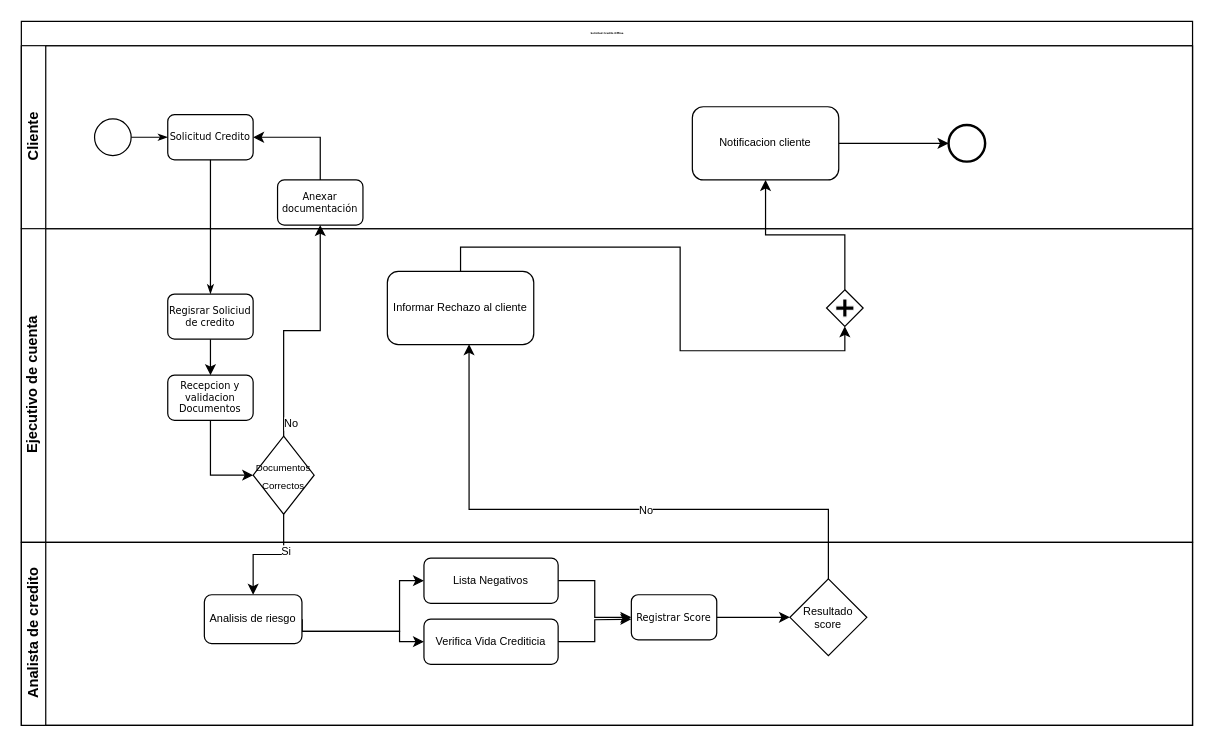
The draw.io diagram Untitled Diagram.drawio in umbrellatec2016/loans, before the edit. Source tidied: cells renumbered, new cells numbered last; positions are measured from the earlier drawing's top-left corner, leaving out a move shared by most shapes. Both pictures are drawn from the tidied source at 122%, with x=0, y=0 at pixel (21, 21).
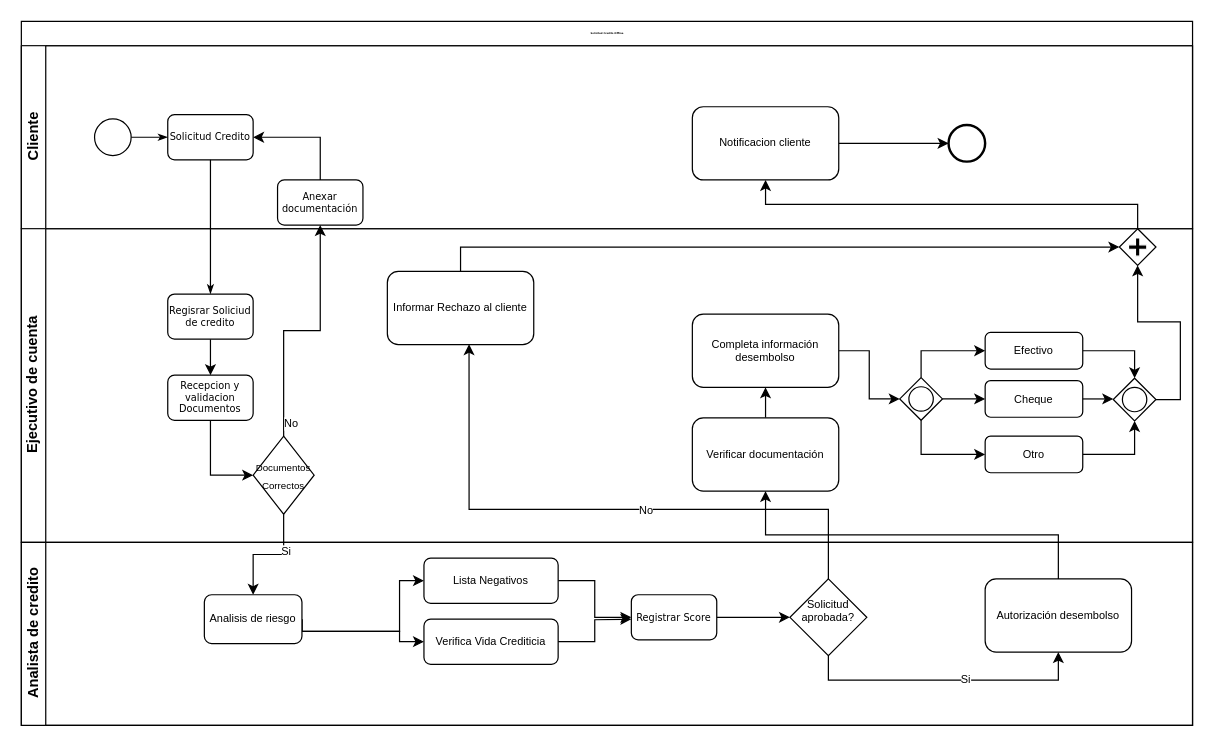
The same diagram, later.

The change refers to these unchanged cells:
```xml
<mxCell id="2" value="&lt;div style=&quot;font-size: 2px;&quot;&gt;Solicitud Credito Offline&lt;/div&gt;" style="swimlane;html=1;horizontal=1;startSize=20;rounded=0;shadow=0;labelBackgroundColor=none;strokeWidth=1;fontFamily=Verdana;fontSize=2;align=center;" parent="1" vertex="1">
  <mxGeometry width="960" height="577" as="geometry" />
</mxCell>
<mxCell id="11" value="Notificacion cliente" style="rounded=1;whiteSpace=wrap;html=1;fontSize=9;" parent="3" vertex="1">
  <mxGeometry x="550" y="50" width="120" height="60" as="geometry" />
</mxCell>
<mxCell id="17" value="Ejecutivo de cuenta" style="swimlane;html=1;startSize=20;horizontal=0;" parent="2" vertex="1">
  <mxGeometry y="170" width="960" height="257" as="geometry" />
</mxCell>
<mxCell id="25" value="Informar Rechazo al cliente" style="rounded=1;whiteSpace=wrap;html=1;fontSize=9;" parent="17" vertex="1">
  <mxGeometry x="300" y="35" width="120" height="60" as="geometry" />
</mxCell>
<mxCell id="26" value="&lt;div&gt;Analista de credito&lt;/div&gt;" style="swimlane;html=1;startSize=20;horizontal=0;" parent="2" vertex="1">
  <mxGeometry y="427" width="960" height="150" as="geometry" />
</mxCell>
```

Change to the diagram source:
```diff
@@
+    <mxCell id="36" style="edgeStyle=orthogonalEdgeStyle;rounded=0;jettySize=auto;html=1;exitX=0.5;exitY=0;exitDx=0;exitDy=0;entryX=0.558;entryY=0.994;entryDx=0;entryDy=0;fontSize=9;entryPerimeter=0;" parent="2" edge="1" source="35" target="25">
+      <mxGeometry relative="1" as="geometry">
+        <Array as="points">
+          <mxPoint x="662" y="400" />
+          <mxPoint x="367" y="400" />
+        </Array>
+      </mxGeometry>
+    </mxCell>
+    <mxCell id="37" value="No" style="edgeLabel;html=1;align=center;verticalAlign=middle;fontSize=9;" parent="36" vertex="1">
+      <mxGeometry x="-0.15" relative="1" as="geometry" />
+    </mxCell>
+    <mxCell id="38" style="edgeStyle=orthogonalEdgeStyle;rounded=0;jettySize=auto;html=1;exitX=0.5;exitY=0;exitDx=0;exitDy=0;entryX=0.5;entryY=1;entryDx=0;entryDy=0;fontSize=9;" parent="2" edge="1" source="18" target="11">
+      <mxGeometry relative="1" as="geometry" />
+    </mxCell>
@@
     <mxCell id="18" style="shape=mxgraph.bpmn.shape;html=1;verticalLabelPosition=bottom;labelBackgroundColor=#ffffff;verticalAlign=top;perimeter=rhombusPerimeter;background=gateway;outline=none;symbol=parallelGw;rounded=1;shadow=0;strokeWidth=1;fontFamily=Verdana;fontSize=8;align=center;" parent="17" vertex="1">
-      <mxGeometry x="660" y="50" width="30" height="30" as="geometry" />
+      <mxGeometry x="900" width="30" height="30" as="geometry" />
     </mxCell>
@@
-    <mxCell id="24" style="edgeStyle=orthogonalEdgeStyle;rounded=0;jettySize=auto;html=1;exitX=0.5;exitY=0;exitDx=0;exitDy=0;entryX=0.5;entryY=1;entryDx=0;entryDy=0;fontSize=9;" parent="17" edge="1" source="25" target="18">
-      <mxGeometry relative="1" as="geometry" />
+    <mxCell id="24" style="edgeStyle=orthogonalEdgeStyle;rounded=0;jettySize=auto;html=1;exitX=0.5;exitY=0;exitDx=0;exitDy=0;entryX=0;entryY=0.5;entryDx=0;entryDy=0;fontSize=9;" parent="17" edge="1" source="25" target="18">
+      <mxGeometry relative="1" as="geometry">
+        <Array as="points">
+          <mxPoint x="360" y="15" />
+          <mxPoint x="890" y="15" />
+        </Array>
+      </mxGeometry>
     </mxCell>
@@
+    <mxCell id="40" style="edgeStyle=orthogonalEdgeStyle;rounded=0;jettySize=auto;html=1;exitX=0.5;exitY=0;exitDx=0;exitDy=0;fontSize=9;" parent="17" edge="1" source="41" target="43">
+      <mxGeometry relative="1" as="geometry" />
+    </mxCell>
+    <mxCell id="41" value="Verificar documentación" style="rounded=1;whiteSpace=wrap;html=1;fontSize=9;" parent="17" vertex="1">
+      <mxGeometry x="550" y="155" width="120" height="60" as="geometry" />
+    </mxCell>
+    <mxCell id="42" style="edgeStyle=orthogonalEdgeStyle;rounded=0;jettySize=auto;html=1;exitX=1;exitY=0.5;exitDx=0;exitDy=0;entryX=0;entryY=0.5;entryDx=0;entryDy=0;fontSize=9;" parent="17" edge="1" source="43" target="50">
+      <mxGeometry relative="1" as="geometry" />
+    </mxCell>
+    <mxCell id="43" value="Completa información desembolso" style="rounded=1;whiteSpace=wrap;html=1;fontSize=9;" parent="17" vertex="1">
+      <mxGeometry x="550" y="70" width="120" height="60" as="geometry" />
+    </mxCell>
+    <mxCell id="44" style="edgeStyle=orthogonalEdgeStyle;rounded=0;jettySize=auto;html=1;exitX=1;exitY=0.5;exitDx=0;exitDy=0;entryX=0.5;entryY=0;entryDx=0;entryDy=0;fontSize=9;" parent="17" edge="1" source="45" target="56">
+      <mxGeometry relative="1" as="geometry" />
+    </mxCell>
+    <mxCell id="45" value="Efectivo" style="rounded=1;whiteSpace=wrap;html=1;fontSize=9;" parent="17" vertex="1">
+      <mxGeometry x="790" y="85" width="80" height="30" as="geometry" />
+    </mxCell>
+    <mxCell id="46" value="Cheque" style="rounded=1;whiteSpace=wrap;html=1;fontSize=9;" parent="17" vertex="1">
+      <mxGeometry x="790" y="124.5" width="80" height="30" as="geometry" />
+    </mxCell>
+    <mxCell id="47" style="edgeStyle=orthogonalEdgeStyle;rounded=0;jettySize=auto;html=1;exitX=1;exitY=0.5;exitDx=0;exitDy=0;entryX=0.5;entryY=1;entryDx=0;entryDy=0;fontSize=9;" parent="17" edge="1" source="48" target="56">
+      <mxGeometry relative="1" as="geometry" />
+    </mxCell>
+    <mxCell id="48" value="Otro" style="rounded=1;whiteSpace=wrap;html=1;fontSize=9;" parent="17" vertex="1">
+      <mxGeometry x="790" y="170" width="80" height="30" as="geometry" />
+    </mxCell>
+    <mxCell id="49" style="group;" parent="17" vertex="1">
+      <mxGeometry x="720" y="122" width="35" height="35" as="geometry" />
+    </mxCell>
+    <mxCell id="50" style="rhombus;whiteSpace=wrap;html=1;fontSize=9;" parent="49" vertex="1">
+      <mxGeometry width="35" height="35" as="geometry" />
+    </mxCell>
+    <mxCell id="51" style="ellipse;whiteSpace=wrap;html=1;fontSize=9;" parent="49" vertex="1">
+      <mxGeometry x="7.5" y="7.5" width="20" height="20" as="geometry" />
+    </mxCell>
+    <mxCell id="52" style="edgeStyle=orthogonalEdgeStyle;rounded=0;jettySize=auto;html=1;exitX=1;exitY=0.5;exitDx=0;exitDy=0;entryX=0;entryY=0.5;entryDx=0;entryDy=0;fontSize=9;" parent="17" edge="1" source="50" target="46">
+      <mxGeometry relative="1" as="geometry" />
+    </mxCell>
+    <mxCell id="53" style="edgeStyle=orthogonalEdgeStyle;rounded=0;jettySize=auto;html=1;exitX=0.5;exitY=0;exitDx=0;exitDy=0;entryX=0;entryY=0.5;entryDx=0;entryDy=0;fontSize=9;" parent="17" edge="1" source="50" target="45">
+      <mxGeometry relative="1" as="geometry" />
+    </mxCell>
+    <mxCell id="54" style="edgeStyle=orthogonalEdgeStyle;rounded=0;jettySize=auto;html=1;exitX=0.5;exitY=1;exitDx=0;exitDy=0;entryX=0;entryY=0.5;entryDx=0;entryDy=0;fontSize=9;" parent="17" edge="1" source="50" target="48">
+      <mxGeometry relative="1" as="geometry" />
+    </mxCell>
+    <mxCell id="55" style="edgeStyle=orthogonalEdgeStyle;rounded=0;jettySize=auto;html=1;exitX=1;exitY=0.5;exitDx=0;exitDy=0;entryX=0.5;entryY=1;entryDx=0;entryDy=0;fontSize=9;" parent="17" edge="1" source="56" target="18">
+      <mxGeometry relative="1" as="geometry" />
+    </mxCell>
+    <mxCell id="56" style="rhombus;whiteSpace=wrap;html=1;fontSize=9;" parent="17" vertex="1">
+      <mxGeometry x="895" y="122.5" width="35" height="35" as="geometry" />
+    </mxCell>
+    <mxCell id="57" style="ellipse;whiteSpace=wrap;html=1;fontSize=9;" parent="17" vertex="1">
+      <mxGeometry x="902.5" y="130" width="20" height="20" as="geometry" />
+    </mxCell>
+    <mxCell id="58" style="edgeStyle=orthogonalEdgeStyle;rounded=0;jettySize=auto;html=1;exitX=1;exitY=0.5;exitDx=0;exitDy=0;fontSize=9;entryX=0;entryY=0.5;entryDx=0;entryDy=0;" parent="17" edge="1" source="46" target="56">
+      <mxGeometry relative="1" as="geometry" />
+    </mxCell>
@@
+    <mxCell id="59" style="edgeStyle=orthogonalEdgeStyle;rounded=0;jettySize=auto;html=1;exitX=0.5;exitY=1;exitDx=0;exitDy=0;entryX=0.5;entryY=1;entryDx=0;entryDy=0;fontSize=9;" parent="26" edge="1" source="35" target="61">
+      <mxGeometry relative="1" as="geometry" />
+    </mxCell>
+    <mxCell id="60" value="Si" style="edgeLabel;html=1;align=center;verticalAlign=middle;fontSize=9;" parent="59" vertex="1">
+      <mxGeometry x="0.14" y="1" relative="1" as="geometry" />
+    </mxCell>
-    <mxCell id="35" value="Resultado score" style="rhombus;whiteSpace=wrap;html=1;fontSize=9;" parent="26" vertex="1">
+    <mxCell id="35" value="&lt;div&gt;Solicitud aprobada?&lt;/div&gt;&lt;div&gt;&lt;br&gt;&lt;/div&gt;" style="rhombus;whiteSpace=wrap;html=1;fontSize=9;" parent="26" vertex="1">
       <mxGeometry x="630" y="30" width="63" height="63" as="geometry" />
     </mxCell>
-    <mxCell id="36" style="edgeStyle=orthogonalEdgeStyle;rounded=0;jettySize=auto;html=1;exitX=0.5;exitY=0;exitDx=0;exitDy=0;entryX=0.558;entryY=0.994;entryDx=0;entryDy=0;fontSize=9;entryPerimeter=0;" parent="2" edge="1" source="35" target="25">
-      <mxGeometry relative="1" as="geometry">
-        <Array as="points">
-          <mxPoint x="662" y="400" />
-          <mxPoint x="367" y="400" />
-        </Array>
-      </mxGeometry>
-    </mxCell>
-    <mxCell id="37" value="No" style="edgeLabel;html=1;align=center;verticalAlign=middle;fontSize=9;" parent="36" vertex="1">
-      <mxGeometry x="-0.15" relative="1" as="geometry" />
-    </mxCell>
-    <mxCell id="38" style="edgeStyle=orthogonalEdgeStyle;rounded=0;jettySize=auto;html=1;exitX=0.5;exitY=0;exitDx=0;exitDy=0;entryX=0.5;entryY=1;entryDx=0;entryDy=0;fontSize=9;" parent="2" edge="1" source="18" target="11">
-      <mxGeometry relative="1" as="geometry" />
-    </mxCell>
+    <mxCell id="61" value="Autorización desembolso" style="rounded=1;whiteSpace=wrap;html=1;fontSize=9;" parent="26" vertex="1">
+      <mxGeometry x="790" y="30" width="120" height="60" as="geometry" />
+    </mxCell>
+    <mxCell id="62" style="edgeStyle=orthogonalEdgeStyle;rounded=0;jettySize=auto;html=1;exitX=0.5;exitY=0;exitDx=0;exitDy=0;entryX=0.5;entryY=1;entryDx=0;entryDy=0;fontSize=9;" parent="2" edge="1" source="61" target="41">
+      <mxGeometry relative="1" as="geometry" />
+    </mxCell>
```
